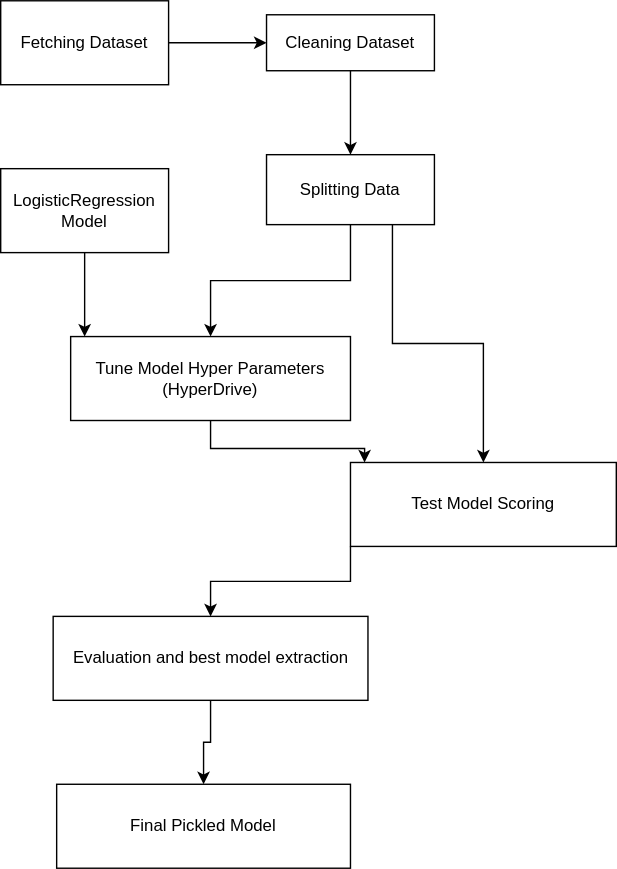
LunaticProgrammer/nd00333_AZMLND_Optimizing_a_Pipeline_in_Azure-Starter_Files keeps this draw.io diagram as Untitled Diagram.svg. Above is the earlier version. Source tidied: cells renumbered, new cells last; positions are measured from the earlier drawing's top-left corner, leaving out a move shared by most shapes.
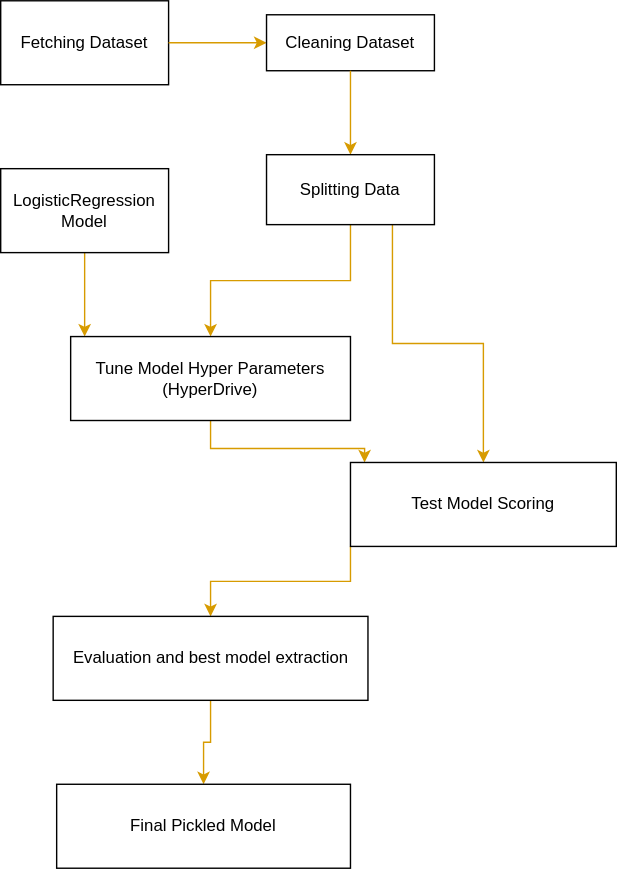
Above is the later version.

Change to the diagram source:
```diff
@@ -5,7 +5,7 @@
     <mxCell id="2" value="Fetching Dataset" style="rounded=0;whiteSpace=wrap;html=1;" parent="1" vertex="1">
       <mxGeometry width="120" height="60" as="geometry" />
     </mxCell>
-    <mxCell id="3" style="endArrow=classic;html=1;exitX=1;exitY=0.5;exitDx=0;exitDy=0;" parent="1" edge="1" source="2" target="4">
+    <mxCell id="3" style="endArrow=classic;html=1;exitX=1;exitY=0.5;exitDx=0;exitDy=0;fillColor=#ffe6cc;strokeColor=#d79b00;" parent="1" edge="1" source="2" target="4">
       <mxGeometry relative="1" as="geometry">
         <Array as="points">
           <mxPoint x="120" y="30" />
@@ -15,19 +15,19 @@
     <mxCell id="4" value="Cleaning Dataset" style="rounded=0;whiteSpace=wrap;html=1;" parent="1" vertex="1">
       <mxGeometry x="190" y="10" width="120" height="40" as="geometry" />
     </mxCell>
-    <mxCell id="5" style="endArrow=classic;html=1;exitX=0.5;exitY=1;exitDx=0;exitDy=0;" parent="1" edge="1" source="4" target="8">
+    <mxCell id="5" style="endArrow=classic;html=1;exitX=0.5;exitY=1;exitDx=0;exitDy=0;fillColor=#ffe6cc;strokeColor=#d79b00;" parent="1" edge="1" source="4" target="8">
       <mxGeometry relative="1" as="geometry" />
     </mxCell>
-    <mxCell id="6" style="edgeStyle=orthogonalEdgeStyle;rounded=0;jettySize=auto;html=1;" parent="1" edge="1" source="8" target="12">
+    <mxCell id="6" style="edgeStyle=orthogonalEdgeStyle;rounded=0;jettySize=auto;html=1;fillColor=#ffe6cc;strokeColor=#d79b00;" parent="1" edge="1" source="8" target="12">
       <mxGeometry relative="1" as="geometry" />
     </mxCell>
-    <mxCell id="7" style="edgeStyle=orthogonalEdgeStyle;rounded=0;jettySize=auto;html=1;exitX=0.75;exitY=1;exitDx=0;exitDy=0;" parent="1" edge="1" source="8" target="14">
+    <mxCell id="7" style="edgeStyle=orthogonalEdgeStyle;rounded=0;jettySize=auto;html=1;exitX=0.75;exitY=1;exitDx=0;exitDy=0;fillColor=#ffe6cc;strokeColor=#d79b00;" parent="1" edge="1" source="8" target="14">
       <mxGeometry relative="1" as="geometry" />
     </mxCell>
     <mxCell id="8" value="Splitting Data" style="rounded=0;whiteSpace=wrap;html=1;" parent="1" vertex="1">
       <mxGeometry x="190" y="110" width="120" height="50" as="geometry" />
     </mxCell>
-    <mxCell id="9" style="edgeStyle=orthogonalEdgeStyle;rounded=0;jettySize=auto;html=1;" parent="1" edge="1" source="10" target="12">
+    <mxCell id="9" style="edgeStyle=orthogonalEdgeStyle;rounded=0;jettySize=auto;html=1;fillColor=#ffe6cc;strokeColor=#d79b00;" parent="1" edge="1" source="10" target="12">
       <mxGeometry relative="1" as="geometry">
         <Array as="points">
           <mxPoint x="90" y="240" />
@@ -38,19 +38,19 @@
     <mxCell id="10" value="LogisticRegression Model" style="rounded=0;whiteSpace=wrap;html=1;" parent="1" vertex="1">
       <mxGeometry y="120" width="120" height="60" as="geometry" />
     </mxCell>
-    <mxCell id="11" style="edgeStyle=orthogonalEdgeStyle;rounded=0;jettySize=auto;html=1;entryX=0.053;entryY=0;entryDx=0;entryDy=0;entryPerimeter=0;" parent="1" edge="1" source="12" target="14">
+    <mxCell id="11" style="edgeStyle=orthogonalEdgeStyle;rounded=0;jettySize=auto;html=1;entryX=0.053;entryY=0;entryDx=0;entryDy=0;entryPerimeter=0;fillColor=#ffe6cc;strokeColor=#d79b00;" parent="1" edge="1" source="12" target="14">
       <mxGeometry relative="1" as="geometry" />
     </mxCell>
     <mxCell id="12" value="Tune Model Hyper Parameters&lt;br&gt;(HyperDrive)" style="rounded=0;whiteSpace=wrap;html=1;" parent="1" vertex="1">
       <mxGeometry x="50" y="240" width="200" height="60" as="geometry" />
     </mxCell>
-    <mxCell id="13" style="edgeStyle=orthogonalEdgeStyle;rounded=0;jettySize=auto;html=1;exitX=0;exitY=1;exitDx=0;exitDy=0;entryX=0.5;entryY=0;entryDx=0;entryDy=0;" parent="1" edge="1" source="14" target="16">
+    <mxCell id="13" style="edgeStyle=orthogonalEdgeStyle;rounded=0;jettySize=auto;html=1;exitX=0;exitY=1;exitDx=0;exitDy=0;entryX=0.5;entryY=0;entryDx=0;entryDy=0;fillColor=#ffe6cc;strokeColor=#d79b00;" parent="1" edge="1" source="14" target="16">
       <mxGeometry relative="1" as="geometry" />
     </mxCell>
     <mxCell id="14" value="Test Model Scoring" style="rounded=0;whiteSpace=wrap;html=1;" parent="1" vertex="1">
       <mxGeometry x="250" y="330" width="190" height="60" as="geometry" />
     </mxCell>
-    <mxCell id="15" style="edgeStyle=orthogonalEdgeStyle;rounded=0;jettySize=auto;html=1;exitX=0.5;exitY=1;exitDx=0;exitDy=0;entryX=0.5;entryY=0;entryDx=0;entryDy=0;" parent="1" edge="1" source="16" target="17">
+    <mxCell id="15" style="edgeStyle=orthogonalEdgeStyle;rounded=0;jettySize=auto;html=1;exitX=0.5;exitY=1;exitDx=0;exitDy=0;entryX=0.5;entryY=0;entryDx=0;entryDy=0;fillColor=#ffe6cc;strokeColor=#d79b00;" parent="1" edge="1" source="16" target="17">
       <mxGeometry relative="1" as="geometry" />
     </mxCell>
     <mxCell id="16" value="Evaluation and best model extraction" style="rounded=0;whiteSpace=wrap;html=1;" parent="1" vertex="1">
```
